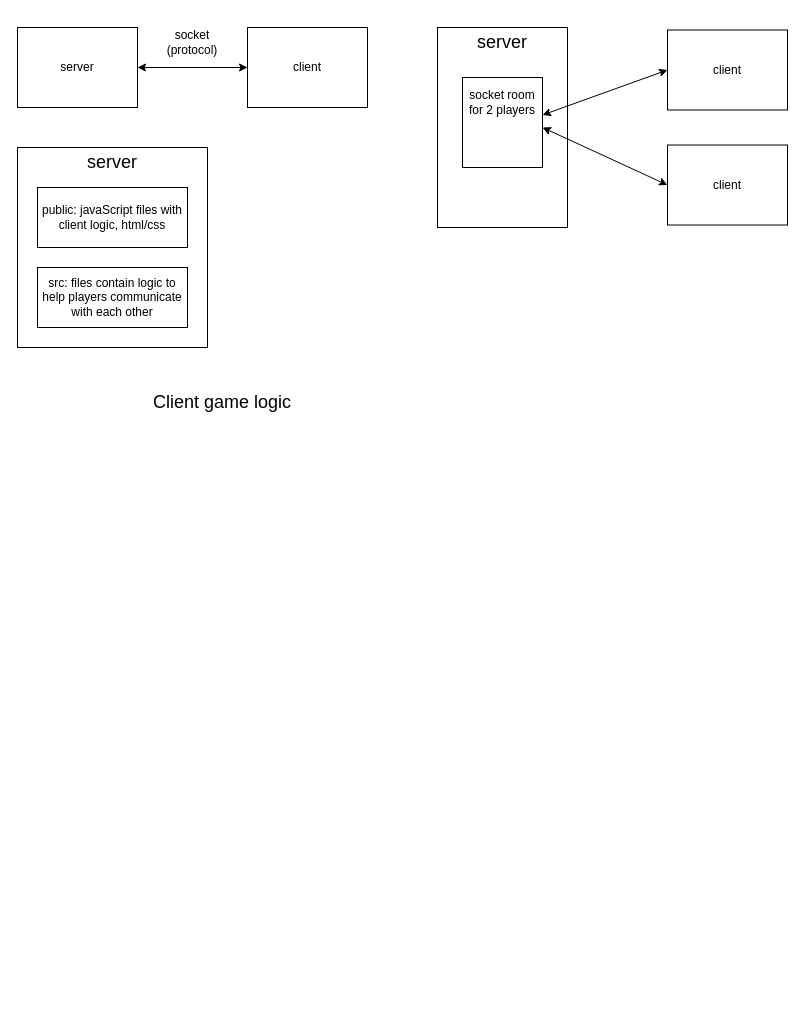
Alec-litho/Sea-battle-game keeps this draw.io diagram as Untitled Diagram.drawio. Above is the earlier version. Source tidied: cells renumbered, new cells numbered last; positions are measured from the earlier drawing's top-left corner, leaving out a move shared by most shapes. Both pictures are drawn from the tidied source at 100%, with x=0, y=0 at pixel (17, 17).
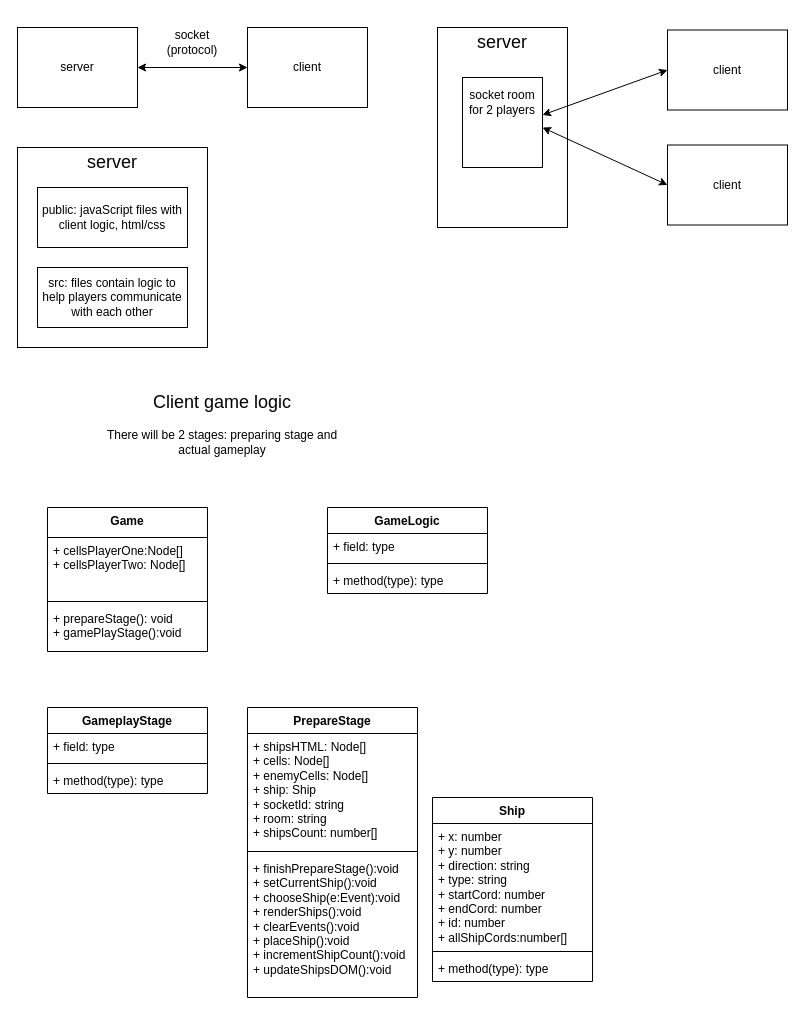
Above is the later version.

What changed in the source:
```diff
@@
+    <mxCell id="19" value="There will be 2 stages: preparing stage and actual gameplay" style="text;html=1;align=center;verticalAlign=middle;whiteSpace=wrap;rounded=0;" parent="1" vertex="1">
+      <mxGeometry x="85" y="410" width="240" height="30" as="geometry" />
+    </mxCell>
+    <mxCell id="20" value="Game" style="swimlane;fontStyle=1;align=center;verticalAlign=top;horizontal=1;startSize=30;whiteSpace=wrap;html=1;" parent="1" vertex="1">
+      <mxGeometry x="30" y="490" width="160" height="144" as="geometry" />
+    </mxCell>
+    <mxCell id="21" value="+ cellsPlayerOne:Node[]&lt;br&gt;+ cellsPlayerTwo: Node[]" style="text;strokeColor=none;fillColor=none;align=left;verticalAlign=top;spacingLeft=4;spacingRight=4;overflow=hidden;whiteSpace=wrap;html=1;" parent="20" vertex="1">
+      <mxGeometry y="30" width="160" height="60" as="geometry" />
+    </mxCell>
+    <mxCell id="22" style="line;strokeWidth=1;fillColor=none;align=left;verticalAlign=middle;spacingTop=-1;spacingLeft=3;spacingRight=3;labelPosition=right;strokeColor=inherit;" parent="20" vertex="1">
+      <mxGeometry y="90" width="160" height="8" as="geometry" />
+    </mxCell>
+    <mxCell id="23" value="+ prepareStage(): void&lt;br&gt;+ gamePlayStage():void" style="text;strokeColor=none;fillColor=none;align=left;verticalAlign=top;spacingLeft=4;spacingRight=4;overflow=hidden;whiteSpace=wrap;html=1;" parent="20" vertex="1">
+      <mxGeometry y="98" width="160" height="46" as="geometry" />
+    </mxCell>
+    <mxCell id="24" value="GameLogic" style="swimlane;fontStyle=1;align=center;verticalAlign=top;horizontal=1;startSize=26;whiteSpace=wrap;html=1;" parent="1" vertex="1">
+      <mxGeometry x="310" y="490" width="160" height="86" as="geometry" />
+    </mxCell>
+    <mxCell id="25" value="+ field: type" style="text;strokeColor=none;fillColor=none;align=left;verticalAlign=top;spacingLeft=4;spacingRight=4;overflow=hidden;whiteSpace=wrap;html=1;" parent="24" vertex="1">
+      <mxGeometry y="26" width="160" height="26" as="geometry" />
+    </mxCell>
+    <mxCell id="26" style="line;strokeWidth=1;fillColor=none;align=left;verticalAlign=middle;spacingTop=-1;spacingLeft=3;spacingRight=3;labelPosition=right;strokeColor=inherit;" parent="24" vertex="1">
+      <mxGeometry y="52" width="160" height="8" as="geometry" />
+    </mxCell>
+    <mxCell id="27" value="+ method(type): type" style="text;strokeColor=none;fillColor=none;align=left;verticalAlign=top;spacingLeft=4;spacingRight=4;overflow=hidden;whiteSpace=wrap;html=1;" parent="24" vertex="1">
+      <mxGeometry y="60" width="160" height="26" as="geometry" />
+    </mxCell>
+    <mxCell id="28" value="Ship" style="swimlane;fontStyle=1;align=center;verticalAlign=top;horizontal=1;startSize=26;whiteSpace=wrap;html=1;" parent="1" vertex="1">
+      <mxGeometry x="415" y="780" width="160" height="184" as="geometry" />
+    </mxCell>
+    <mxCell id="29" value="+ x: number&lt;br&gt;+ y: number&lt;br&gt;+ direction: string&lt;br&gt;+ type: string&lt;br&gt;+ startCord: number&lt;br&gt;+ endCord: number&lt;br&gt;+ id: number&lt;br&gt;+ allShipCords:number[]" style="text;strokeColor=none;fillColor=none;align=left;verticalAlign=top;spacingLeft=4;spacingRight=4;overflow=hidden;whiteSpace=wrap;html=1;" parent="28" vertex="1">
+      <mxGeometry y="26" width="160" height="124" as="geometry" />
+    </mxCell>
+    <mxCell id="30" style="line;strokeWidth=1;fillColor=none;align=left;verticalAlign=middle;spacingTop=-1;spacingLeft=3;spacingRight=3;labelPosition=right;strokeColor=inherit;" parent="28" vertex="1">
+      <mxGeometry y="150" width="160" height="8" as="geometry" />
+    </mxCell>
+    <mxCell id="31" value="+ method(type): type" style="text;strokeColor=none;fillColor=none;align=left;verticalAlign=top;spacingLeft=4;spacingRight=4;overflow=hidden;whiteSpace=wrap;html=1;" parent="28" vertex="1">
+      <mxGeometry y="158" width="160" height="26" as="geometry" />
+    </mxCell>
+    <mxCell id="32" value="PrepareStage" style="swimlane;fontStyle=1;align=center;verticalAlign=top;horizontal=1;startSize=26;whiteSpace=wrap;html=1;" parent="1" vertex="1">
+      <mxGeometry x="230" y="690" width="170" height="290" as="geometry" />
+    </mxCell>
+    <mxCell id="33" value="+ shipsHTML: Node[]&lt;br&gt;+ cells: Node[]&lt;br&gt;+ enemyCells: Node[]&lt;br&gt;+ ship: Ship&lt;br&gt;+ socketId: string&lt;br&gt;+ room: string&lt;br&gt;+ shipsCount: number[]" style="text;strokeColor=none;fillColor=none;align=left;verticalAlign=top;spacingLeft=4;spacingRight=4;overflow=hidden;whiteSpace=wrap;html=1;" parent="32" vertex="1">
+      <mxGeometry y="26" width="170" height="114" as="geometry" />
+    </mxCell>
+    <mxCell id="34" style="line;strokeWidth=1;fillColor=none;align=left;verticalAlign=middle;spacingTop=-1;spacingLeft=3;spacingRight=3;labelPosition=right;strokeColor=inherit;" parent="32" vertex="1">
+      <mxGeometry y="140" width="170" height="8" as="geometry" />
+    </mxCell>
+    <mxCell id="35" value="+ finishPrepareStage():void&lt;br&gt;+ setCurrentShip():void&lt;br&gt;+ chooseShip(e:Event):void&lt;br&gt;+ renderShips():void&lt;br&gt;+ clearEvents():void&lt;br&gt;+ placeShip():void&lt;br&gt;+ incrementShipCount():void&lt;br&gt;+ updateShipsDOM():void" style="text;strokeColor=none;fillColor=none;align=left;verticalAlign=top;spacingLeft=4;spacingRight=4;overflow=hidden;whiteSpace=wrap;html=1;" parent="32" vertex="1">
+      <mxGeometry y="148" width="170" height="142" as="geometry" />
+    </mxCell>
+    <mxCell id="36" value="GameplayStage" style="swimlane;fontStyle=1;align=center;verticalAlign=top;horizontal=1;startSize=26;whiteSpace=wrap;html=1;" parent="1" vertex="1">
+      <mxGeometry x="30" y="690" width="160" height="86" as="geometry" />
+    </mxCell>
+    <mxCell id="37" value="+ field: type" style="text;strokeColor=none;fillColor=none;align=left;verticalAlign=top;spacingLeft=4;spacingRight=4;overflow=hidden;whiteSpace=wrap;html=1;" parent="36" vertex="1">
+      <mxGeometry y="26" width="160" height="26" as="geometry" />
+    </mxCell>
+    <mxCell id="38" style="line;strokeWidth=1;fillColor=none;align=left;verticalAlign=middle;spacingTop=-1;spacingLeft=3;spacingRight=3;labelPosition=right;strokeColor=inherit;" parent="36" vertex="1">
+      <mxGeometry y="52" width="160" height="8" as="geometry" />
+    </mxCell>
+    <mxCell id="39" value="+ method(type): type" style="text;strokeColor=none;fillColor=none;align=left;verticalAlign=top;spacingLeft=4;spacingRight=4;overflow=hidden;whiteSpace=wrap;html=1;" parent="36" vertex="1">
+      <mxGeometry y="60" width="160" height="26" as="geometry" />
+    </mxCell>
```
